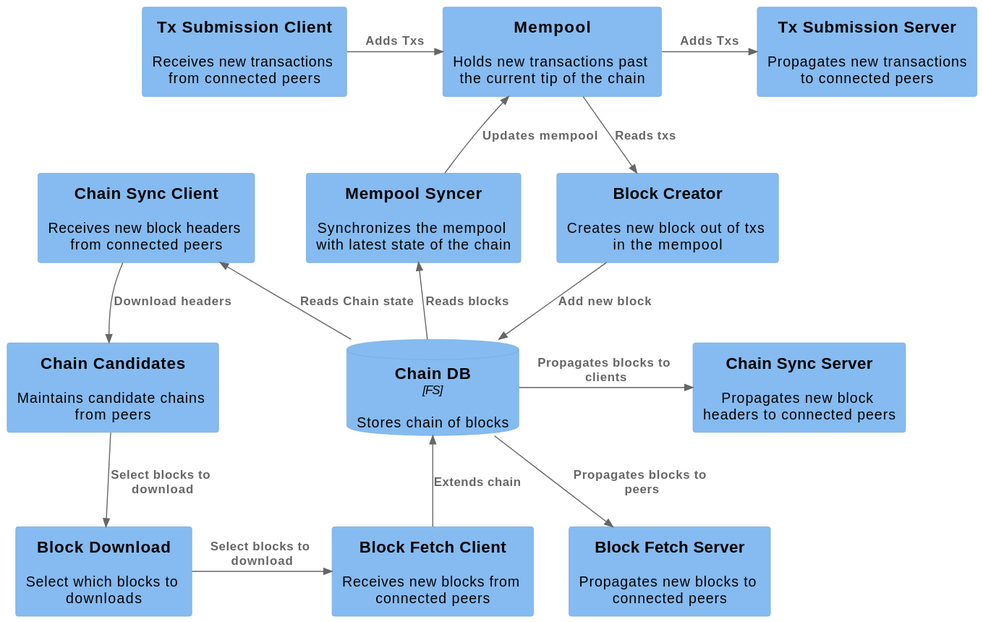
Above: scripts/Consensus.svg in IntersectMBO/ouroboros-network (PlantUML), before the change.
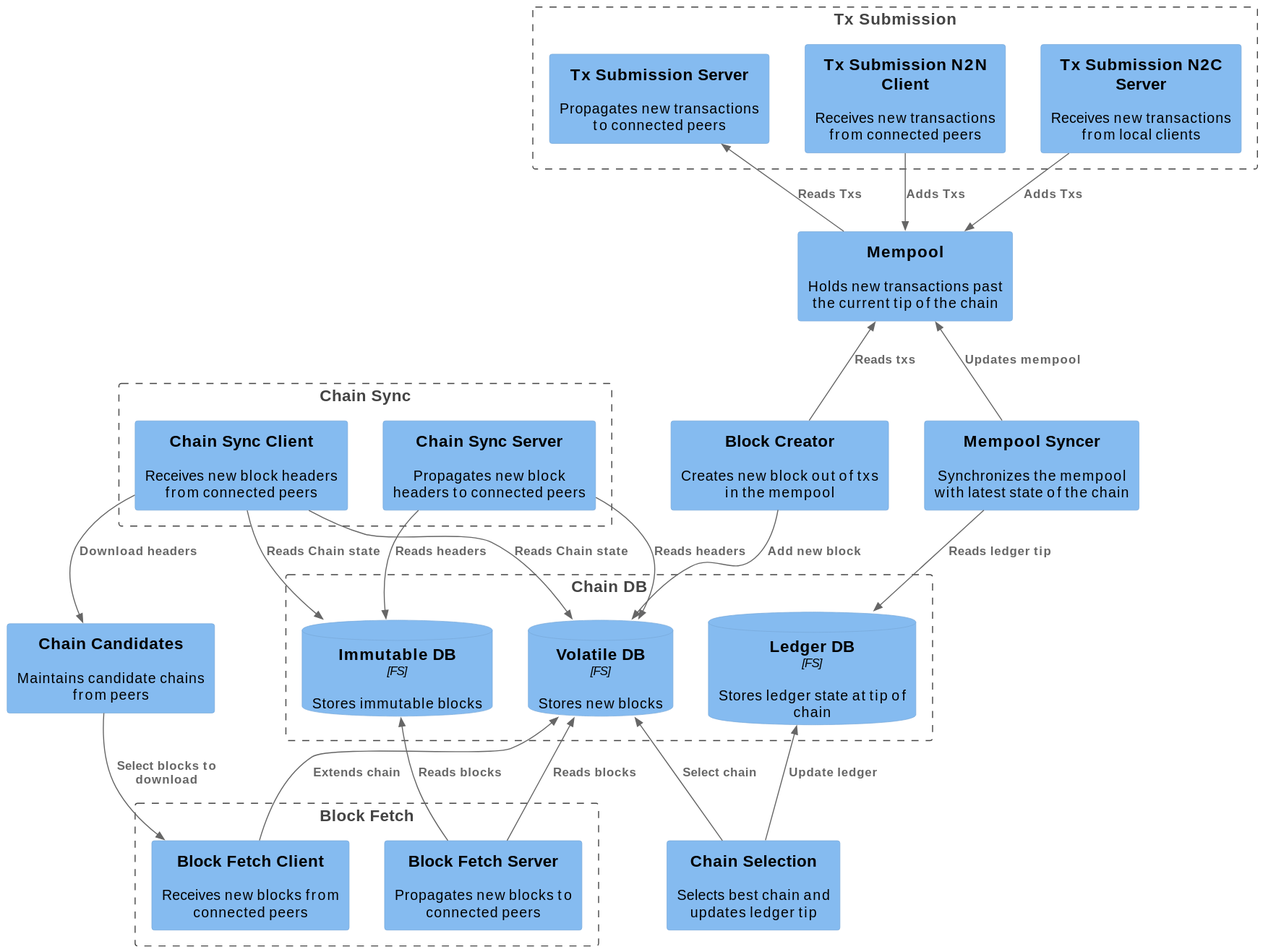
After the commit.

Commit message:
Update component diagram following review comments

* Update links to better reflect flow of control
* Refined components with more detailed Chain DB

The edit, as a diff of the source:
```diff
@@ -1,42 +1,60 @@
-@startuml Consensus
+@startuml
 !include https://raw.githubusercontent.com/plantuml-stdlib/C4-PlantUML/master/C4_Component.puml
 HIDE_STEREOTYPE()
 
-ComponentDb(chainDB, "Chain DB", "FS", "Stores chain of blocks", $link="https://input-output-hk.github.io/ouroboros-network/ouroboros-consensus/Ouroboros-Consensus-Storage-ChainDB.html")
+Boundary(chain_db, "Chain DB") {
+        ComponentDb(immutable_db, "Immutable DB", "FS", "Stores immutable blocks", $link="https://input-output-hk.github.io/ouroboros-network/ouroboros-consensus/Ouroboros-Consensus-Storage-ChainDB.html")
+        ComponentDb(volatile_db, "Volatile DB", "FS", "Stores new blocks", $link="https://input-output-hk.github.io/ouroboros-network/ouroboros-consensus/Ouroboros-Consensus-Storage-VolatileDB.html")
+        ComponentDb(ledger_db, "Ledger DB", "FS", "Stores ledger state at tip of chain", $link="https://input-output-hk.github.io/ouroboros-network/ouroboros-consensus/Ouroboros-Consensus-Storage-LedgerDB-InMemory.html")
+}
 
 
 Component(mempool, "Mempool", "", "Holds new transactions past the current tip of the chain", $link="https://input-output-hk.github.io/ouroboros-network/ouroboros-consensus/Ouroboros-Consensus-Mempool.html")
 Component(syncer, "Mempool Syncer", "", "Synchronizes the mempool with latest state of the chain", $link="https://input-output-hk.github.io/ouroboros-network/ouroboros-consensus/Ouroboros-Consensus-Mempool-Impl.html")
 Component(block_creation, "Block Creator", "", "Creates new block out of txs in the mempool", $link = "https://input-output-hk.github.io/ouroboros-network/ouroboros-consensus/Ouroboros-Consensus-Block-Forging.html")
 Component(candidates, "Chain Candidates", "", "Maintains candidate chains from peers")
-Component(block_download, "Block Download", "", "Select which blocks to downloads")
-
-Component(tx_sub_in, "Tx Submission Client", "", "Receives new transactions from connected peers", $link="https://input-output-hk.github.io/ouroboros-network/ouroboros-network-protocols/Ouroboros-Network-Protocol-TxSubmission2-Client.html")
-Component(tx_sub_out, "Tx Submission Server", "", "Propagates new transactions to connected peers", $link="https://input-output-hk.github.io/ouroboros-network/ouroboros-network-protocols/Ouroboros-Network-Protocol-TxSubmission2-Server.html")
-
-Component(chain_sync_in, "Chain Sync Client", "", "Receives new block headers from connected peers", $link="https://input-output-hk.github.io/ouroboros-network/ouroboros-network-protocols/Ouroboros-Network-Protocol-ChainSync-Client.html")
-Component(chain_sync_out, "Chain Sync Server", "", "Propagates new block headers to connected peers", $link="https://input-output-hk.github.io/ouroboros-network/ouroboros-network-protocols/Ouroboros-Network-Protocol-ChainSync-Server.html")
-
-Component(block_fetch_in, "Block Fetch Client", "", "Receives new blocks from connected peers", $link="https://input-output-hk.github.io/ouroboros-network/ouroboros-network-protocols/Ouroboros-Network-Protocol-BlockFetch-Client.html")
-Component(block_fetch_out, "Block Fetch Server", "", "Propagates new blocks to connected peers", $link="https://input-output-hk.github.io/ouroboros-network/ouroboros-network-protocols/Ouroboros-Network-Protocol-BlockFetch-Server.html")
+Component(selection, "Chain Selection", "", "Selects best chain and updates ledger tip", $link = "https://input-output-hk.github.io/ouroboros-network/ouroboros-consensus/Ouroboros-Consensus-HardFork-Combinator-Protocol-ChainSel.html")
 
 
-Rel_U(chainDB, syncer, "Reads blocks")
+Boundary(tx_sub, "Tx Submission") {
+        Component(tx_sub_in, "Tx Submission N2N Client", "", "Receives new transactions from connected peers", $link="https://input-output-hk.github.io/ouroboros-network/ouroboros-network-protocols/Ouroboros-Network-Protocol-TxSubmission2-Client.html")
+        Component(tx_sub_server, "Tx Submission N2C Server", "", "Receives new transactions from local clients", $link="https://input-output-hk.github.io/ouroboros-network/ouroboros-network-protocols/Ouroboros-Network-Protocol-LocalTxSubmission-Server.html")
+        Component(tx_sub_out, "Tx Submission Server", "", "Propagates new transactions to connected peers", $link="https://input-output-hk.github.io/ouroboros-network/ouroboros-network-protocols/Ouroboros-Network-Protocol-TxSubmission2-Server.html")
+}
+
+Boundary(chain_sync, "Chain Sync"){
+        Component(chain_sync_in, "Chain Sync Client", "", "Receives new block headers from connected peers", $link="https://input-output-hk.github.io/ouroboros-network/ouroboros-network-protocols/Ouroboros-Network-Protocol-ChainSync-Client.html")
+        Component(chain_sync_out, "Chain Sync Server", "", "Propagates new block headers to connected peers", $link="https://input-output-hk.github.io/ouroboros-network/ouroboros-network-protocols/Ouroboros-Network-Protocol-ChainSync-Server.html")
+}
+
+Boundary(block_fetch, "Block Fetch"){
+        Component(block_fetch_in, "Block Fetch Client", "", "Receives new blocks from connected peers", $link="https://input-output-hk.github.io/ouroboros-network/ouroboros-network-protocols/Ouroboros-Network-Protocol-BlockFetch-Client.html")
+        Component(block_fetch_out, "Block Fetch Server", "", "Propagates new blocks to connected peers", $link="https://input-output-hk.github.io/ouroboros-network/ouroboros-network-protocols/Ouroboros-Network-Protocol-BlockFetch-Server.html")
+}
+
+Rel_D(syncer, ledger_db, "Reads ledger tip")
 Rel_U(syncer, mempool, "Updates mempool")
-Rel_D(mempool, block_creation, "Reads txs")
-Rel_D(block_creation, chainDB, "Add new block")
+Rel_U(block_creation, mempool, "Reads txs")
+Rel_D(block_creation, volatile_db, "Add new block")
+Rel_U(selection, volatile_db, "Select chain")
+Rel_U(selection, ledger_db, "Update ledger")
 
-Rel_R(tx_sub_in, mempool, "Adds Txs")
-Rel_R(mempool, tx_sub_out, "Adds Txs")
+Rel(tx_sub_in, mempool, "Adds Txs")
+Rel(tx_sub_server, mempool, "Adds Txs")
+Rel(mempool, tx_sub_out, "Reads Txs")
 
 Lay_L(block_fetch_out, block_fetch_in)
 
-Rel_L(chainDB, chain_sync_in, "Reads Chain state")
-Rel_D(chain_sync_in, candidates, "Download headers")
-Rel_D(candidates, block_download, "Select blocks to download")
-Rel_R(block_download, block_fetch_in, "Select blocks to download")
-Rel_U(block_fetch_in, chainDB, "Extends chain")
-Rel_D(chainDB, block_fetch_out, "Propagates blocks to peers")
-Rel_R(chainDB, chain_sync_out, "Propagates blocks to clients")
+Lay_R(chain_sync_in, chain_sync_out)
 
+Rel(chain_sync_in, immutable_db, "Reads Chain state")
+Rel(chain_sync_in, volatile_db, "Reads Chain state")
+Rel(chain_sync_in, candidates, "Download headers")
+Rel(chain_sync_out, immutable_db, "Reads headers")
+Rel(chain_sync_out, volatile_db, "Reads headers")
+
+Rel_D(candidates, block_fetch_in, "Select blocks to download")
+Rel_U(block_fetch_in, volatile_db, "Extends chain")
+Rel_U(block_fetch_out, volatile_db, "Reads blocks")
+Rel_U(block_fetch_out, immutable_db, "Reads blocks")
 @enduml
```
